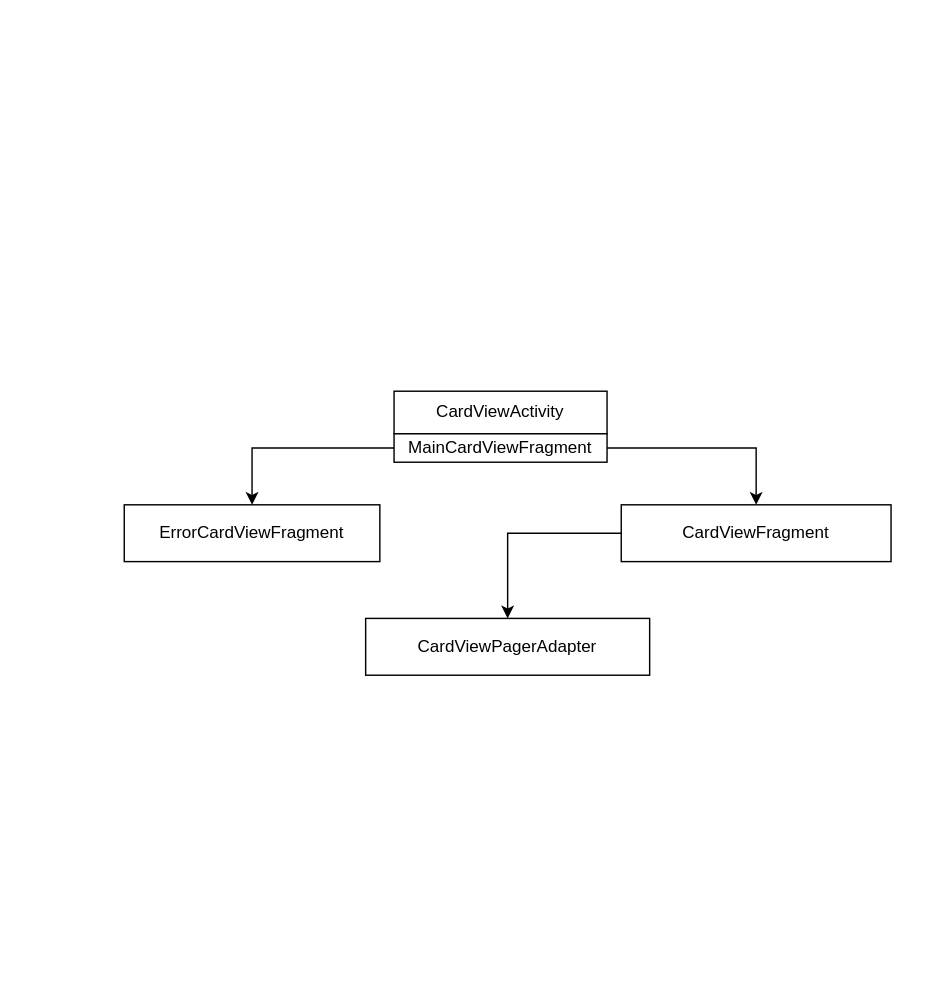
Before: Untitled Diagram.drawio in wang-yao/diagrams, a draw.io diagram. Source tidied: cells renumbered, new cells numbered last; positions are measured from the earlier drawing's top-left corner, leaving out a move shared by most shapes. Both pictures are drawn from the tidied source at 142%, with x=0, y=0 at pixel (124, 390).
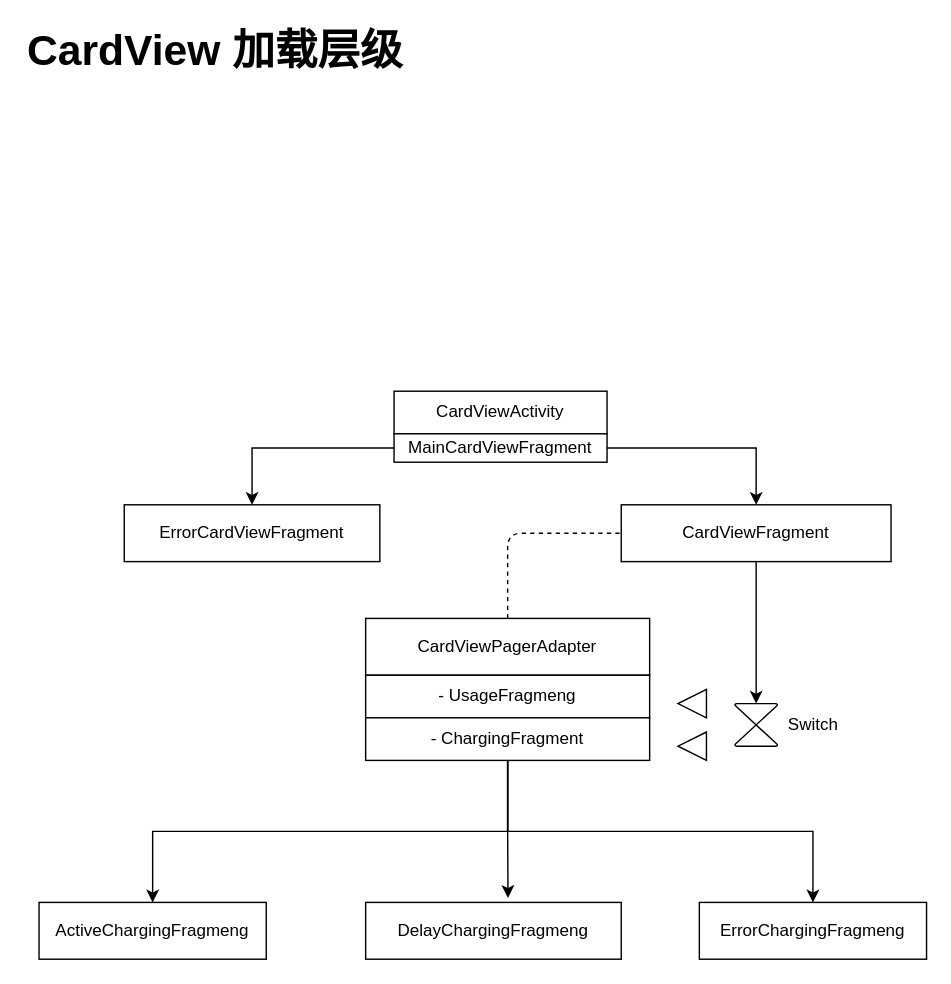
The same page after the edit.

Unchanged cells that the change refers to:
```xml
<mxCell id="8" value="CardViewFragment" style="rounded=0;whiteSpace=wrap;html=1;" parent="1" vertex="1">
  <mxGeometry x="350" y="80" width="190" height="40" as="geometry" />
</mxCell>
<mxCell id="9" value="CardViewPagerAdapter" style="rounded=0;whiteSpace=wrap;html=1;" parent="1" vertex="1">
  <mxGeometry x="170" y="160" width="200" height="40" as="geometry" />
</mxCell>
```

Change to the diagram source:
```diff
@@
-    <mxCell id="7" style="edgeStyle=orthogonalEdgeStyle;rounded=0;jettySize=auto;html=1;exitX=0;exitY=0.5;exitDx=0;exitDy=0;" parent="1" edge="1" source="8" target="9">
-      <mxGeometry relative="1" as="geometry" />
-    </mxCell>
+    <mxCell id="10" style="edgeStyle=orthogonalEdgeStyle;rounded=0;jettySize=auto;html=1;exitX=0.5;exitY=1;exitDx=0;exitDy=0;entryX=0.5;entryY=0;entryDx=0;entryDy=0;entryPerimeter=0;" parent="1" edge="1" source="8" target="16">
+      <mxGeometry relative="1" as="geometry" />
+    </mxCell>
@@
+    <mxCell id="11" value="- UsageFragmeng" style="rounded=0;whiteSpace=wrap;html=1;" parent="1" vertex="1">
+      <mxGeometry x="170" y="200" width="200" height="30" as="geometry" />
+    </mxCell>
+    <mxCell id="12" style="edgeStyle=orthogonalEdgeStyle;rounded=0;jettySize=auto;html=1;exitX=0.5;exitY=1;exitDx=0;exitDy=0;entryX=0.5;entryY=0;entryDx=0;entryDy=0;" parent="1" edge="1" source="15" target="20">
+      <mxGeometry relative="1" as="geometry" />
+    </mxCell>
+    <mxCell id="13" style="edgeStyle=orthogonalEdgeStyle;rounded=0;jettySize=auto;html=1;exitX=0.5;exitY=1;exitDx=0;exitDy=0;entryX=0.557;entryY=-0.078;entryDx=0;entryDy=0;entryPerimeter=0;" parent="1" edge="1" source="15" target="21">
+      <mxGeometry relative="1" as="geometry" />
+    </mxCell>
+    <mxCell id="14" style="edgeStyle=orthogonalEdgeStyle;rounded=0;jettySize=auto;html=1;exitX=0.5;exitY=1;exitDx=0;exitDy=0;" parent="1" edge="1" source="15" target="22">
+      <mxGeometry relative="1" as="geometry" />
+    </mxCell>
+    <mxCell id="15" value="&lt;span&gt;- ChargingFragment&lt;/span&gt;" style="rounded=0;whiteSpace=wrap;html=1;" parent="1" vertex="1">
+      <mxGeometry x="170" y="230" width="200" height="30" as="geometry" />
+    </mxCell>
+    <mxCell id="16" style="verticalLabelPosition=bottom;verticalAlign=top;html=1;shape=mxgraph.flowchart.collate;" parent="1" vertex="1">
+      <mxGeometry x="430" y="220" width="30" height="30" as="geometry" />
+    </mxCell>
+    <mxCell id="17" value="Switch" style="text;html=1;align=center;verticalAlign=middle;strokeColor=none;" parent="1" vertex="1">
+      <mxGeometry x="460" y="225" width="50" height="20" as="geometry" />
+    </mxCell>
+    <mxCell id="18" style="triangle;whiteSpace=wrap;html=1;rotation=-180;" parent="1" vertex="1">
+      <mxGeometry x="390" y="240" width="20" height="20" as="geometry" />
+    </mxCell>
+    <mxCell id="19" style="triangle;whiteSpace=wrap;html=1;rotation=-180;" parent="1" vertex="1">
+      <mxGeometry x="390" y="210" width="20" height="20" as="geometry" />
+    </mxCell>
+    <mxCell id="20" value="ActiveChargingFragmeng" style="rounded=0;whiteSpace=wrap;html=1;" parent="1" vertex="1">
+      <mxGeometry x="-60" y="360" width="160" height="40" as="geometry" />
+    </mxCell>
+    <mxCell id="21" value="DelayChargingFragmeng" style="rounded=0;whiteSpace=wrap;html=1;" parent="1" vertex="1">
+      <mxGeometry x="170" y="360" width="180" height="40" as="geometry" />
+    </mxCell>
+    <mxCell id="22" value="ErrorChargingFragmeng" style="rounded=0;whiteSpace=wrap;html=1;" parent="1" vertex="1">
+      <mxGeometry x="405" y="360" width="160" height="40" as="geometry" />
+    </mxCell>
+    <mxCell id="23" value="&lt;b&gt;&lt;font style=&quot;font-size: 30px&quot;&gt;CardView 加载层级&lt;/font&gt;&lt;/b&gt;" style="text;html=1;strokeColor=none;fillColor=none;align=left;verticalAlign=middle;whiteSpace=wrap;rounded=0;" parent="1" vertex="1">
+      <mxGeometry x="-70" y="-250" width="380" height="20" as="geometry" />
+    </mxCell>
+    <mxCell id="24" style="endArrow=none;dashed=1;html=1;entryX=0;entryY=0.5;entryDx=0;entryDy=0;exitX=0.5;exitY=0;exitDx=0;exitDy=0;" parent="1" edge="1" source="9" target="8">
+      <mxGeometry relative="1" as="geometry">
+        <Array as="points">
+          <mxPoint x="270" y="100" />
+        </Array>
+      </mxGeometry>
+    </mxCell>
```
